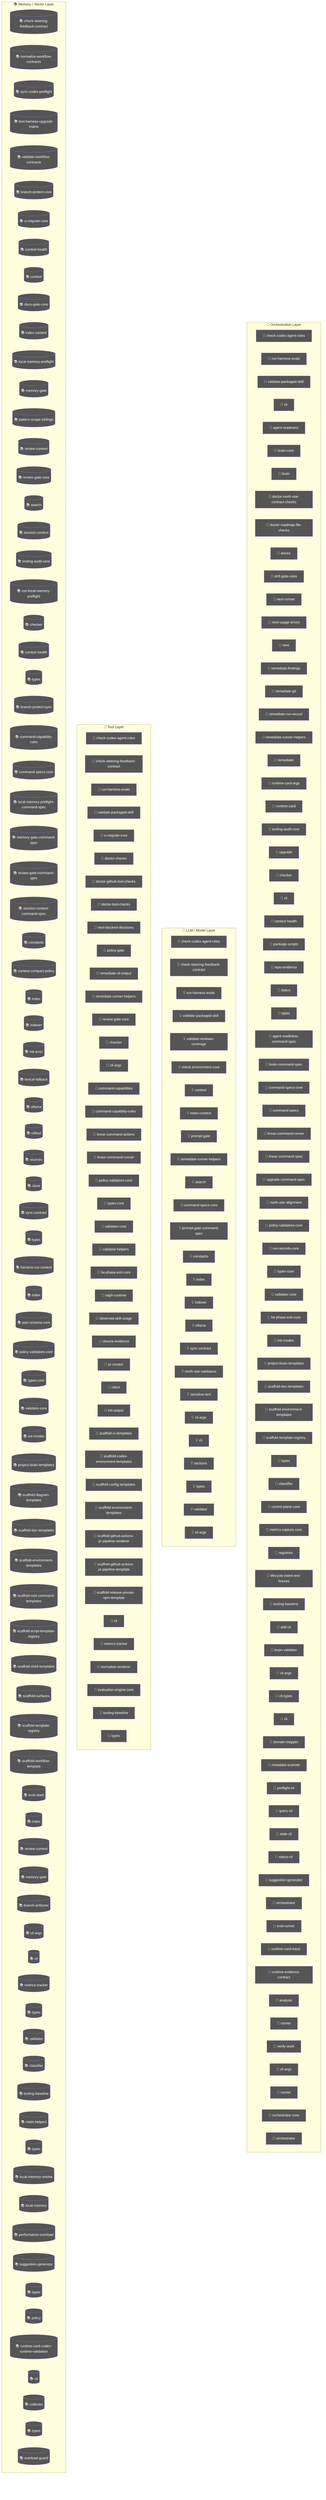
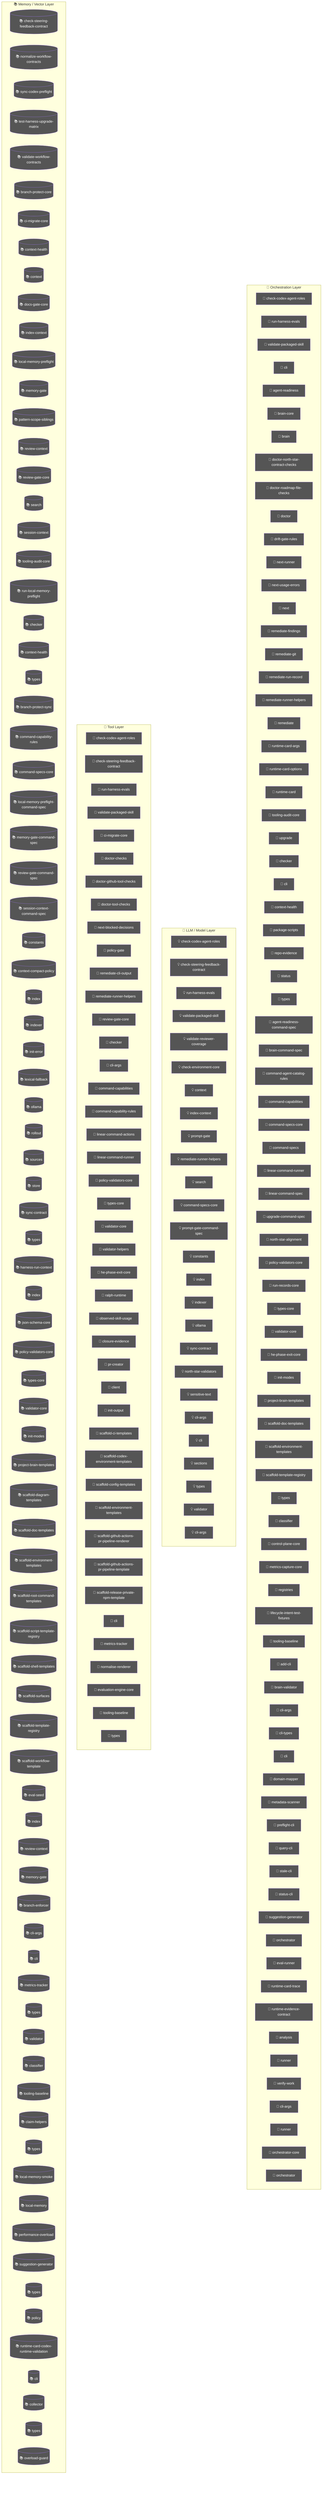
flowchart TD
  subgraph Orchestration["🎯 Orchestration Layer"]
    node_agent_mmd_orchestration_layer_orchestration_chec_7a9f0b64["🤖 check-codex-agent-roles"]
    node_agent_mmd_orchestration_layer_orchestration_run__18817957["🤖 run-harness-evals"]
    node_agent_mmd_orchestration_layer_orchestration_vali_c01b04be["🤖 validate-packaged-skill"]
    cli_99bb8840["🤖 cli"]
    agent_readiness_c82c68e6["🤖 agent-readiness"]
    brain_core_aa07c380["🤖 brain-core"]
    brain_bbbf7a64["🤖 brain"]
    doctor_north_star_contract_checks_0048124c["🤖 doctor-north-star-contract-checks"]
    doctor_roadmap_file_checks_14447b8e["🤖 doctor-roadmap-file-checks"]
    doctor_72f4be89["🤖 doctor"]
    drift_gate_rules_9685e72d["🤖 drift-gate-rules"]
    next_runner_41643472["🤖 next-runner"]
    next_usage_errors_837a345a["🤖 next-usage-errors"]
    next_c6c1c9a9["🤖 next"]
    remediate_findings_8b09c8c6["🤖 remediate-findings"]
    remediate_git_58c6f6f4["🤖 remediate-git"]
    remediate_run_record_9dfe5dc1["🤖 remediate-run-record"]
    node_agent_mmd_orchestration_layer_orchestration_reme_359fe98f["🤖 remediate-runner-helpers"]
    remediate_06b9c7fc["🤖 remediate"]
    runtime_card_args_2b3d4b28["🤖 runtime-card-args"]
+     runtime_card_options_c9156ad5["🤖 runtime-card-options"]
    runtime_card_e06b53e1["🤖 runtime-card"]
    node_agent_mmd_orchestration_layer_orchestration_tool_acfe0c01["🤖 tooling-audit-core"]
    upgrade_7fef9479["🤖 upgrade"]
    node_agent_mmd_orchestration_layer_orchestration_chec_0550c395["🤖 checker"]
    cli_1_084e05fe["🤖 cli"]
    node_agent_mmd_orchestration_layer_orchestration_cont_61b3b9c9["🤖 context-health"]
    package_scripts_3ee6150f["🤖 package-scripts"]
    repo_evidence_38bb1de5["🤖 repo-evidence"]
    status_073c1634["🤖 status"]
    node_agent_mmd_orchestration_layer_orchestration_type_4f906dcc["🤖 types"]
    agent_readiness_command_spec_a30c2c1e["🤖 agent-readiness-command-spec"]
    brain_command_spec_15b122d5["🤖 brain-command-spec"]
+     command_agent_catalog_rules_8e06b2af["🤖 command-agent-catalog-rules"]
+     node_agent_mmd_orchestration_layer_orchestration_comm_6e41a7f7["🤖 command-capabilities"]
    node_agent_mmd_orchestration_layer_orchestration_comm_1f8cc24c["🤖 command-specs-core"]
    command_specs_69167c63["🤖 command-specs"]
    node_agent_mmd_orchestration_layer_orchestration_line_b67affd5["🤖 linear-command-runner"]
    linear_command_spec_1e12dd44["🤖 linear-command-spec"]
    upgrade_command_spec_03f6c7bd["🤖 upgrade-command-spec"]
    north_star_alignment_00440188["🤖 north-star-alignment"]
    node_agent_mmd_orchestration_layer_orchestration_poli_3270b55d["🤖 policy-validators-core"]
    run_records_core_89286dfa["🤖 run-records-core"]
    node_agent_mmd_orchestration_layer_orchestration_type_7cf81261["🤖 types-core"]
    node_agent_mmd_orchestration_layer_orchestration_vali_d9fe99e6["🤖 validator-core"]
    node_agent_mmd_orchestration_layer_orchestration_he_p_fc778c24["🤖 he-phase-exit-core"]
    node_agent_mmd_orchestration_layer_orchestration_init_2a9c3ecb["🤖 init-modes"]
    node_agent_mmd_orchestration_layer_orchestration_proj_6ab6f60f["🤖 project-brain-templates"]
    node_agent_mmd_orchestration_layer_orchestration_scaf_12cc07db["🤖 scaffold-doc-templates"]
    node_agent_mmd_orchestration_layer_orchestration_scaf_c9a90c2f["🤖 scaffold-environment-templates"]
    node_agent_mmd_orchestration_layer_orchestration_scaf_ff8f92f6["🤖 scaffold-template-registry"]
    types_13_d025517b["🤖 types"]
    node_agent_mmd_orchestration_layer_orchestration_clas_899b821a["🤖 classifier"]
    control_plane_core_db3b4cb2["🤖 control-plane-core"]
    metrics_capture_core_db4bf7cf["🤖 metrics-capture-core"]
    registries_06402afa["🤖 registries"]
    lifecycle_intent_test_fixtures_a53c7ada["🤖 lifecycle-intent-test-fixtures"]
    node_agent_mmd_orchestration_layer_orchestration_tool_cc43149f["🤖 tooling-baseline"]
    add_cli_7614de25["🤖 add-cli"]
    brain_validator_be251832["🤖 brain-validator"]
    cli_args_8_d546936e["🤖 cli-args"]
    cli_types_1686e858["🤖 cli-types"]
    cli_9_b54c1407["🤖 cli"]
    domain_mapper_cd9333d2["🤖 domain-mapper"]
    metadata_scanner_6a101b66["🤖 metadata-scanner"]
    preflight_cli_5d148379["🤖 preflight-cli"]
    query_cli_b95be64d["🤖 query-cli"]
    stale_cli_64548720["🤖 stale-cli"]
    status_cli_4c24a0d6["🤖 status-cli"]
    node_agent_mmd_orchestration_layer_orchestration_sugg_85c5ebe3["🤖 suggestion-generator"]
    orchestrator_11376b7e["🤖 orchestrator"]
    eval_runner_0966a6b3["🤖 eval-runner"]
    runtime_card_trace_64a5ca95["🤖 runtime-card-trace"]
    runtime_evidence_contract_0f7b15b2["🤖 runtime-evidence-contract"]
    analysis_f44e85c4["🤖 analysis"]
    runner_527aa9f4["🤖 runner"]
    verify_work_1_cd8e7ec3["🤖 verify-work"]
    cli_args_14_3481043e["🤖 cli-args"]
    runner_1_6f281bf8["🤖 runner"]
    orchestrator_core_d0678b53["🤖 orchestrator-core"]
    orchestrator_1_6b7137c5["🤖 orchestrator"]
  end
  subgraph LLMLayer["🧠 LLM / Model Layer"]
    node_agent_mmd_llm_model_layer_llmlayer_check_codex_a_29e7b7fa["💡 check-codex-agent-roles"]
    node_agent_mmd_llm_model_layer_llmlayer_check_steerin_a7dbbd2f["💡 check-steering-feedback-contract"]
    node_agent_mmd_llm_model_layer_llmlayer_run_harness_e_603fcfdc["💡 run-harness-evals"]
    node_agent_mmd_llm_model_layer_llmlayer_validate_pack_2a12e1f4["💡 validate-packaged-skill"]
    validate_reviewer_coverage_251efee3["💡 validate-reviewer-coverage"]
    check_environment_core_2c16213f["💡 check-environment-core"]
    node_agent_mmd_llm_model_layer_llmlayer_context_conte_ad2dfbd9["💡 context"]
    node_agent_mmd_llm_model_layer_llmlayer_index_context_1041bd11["💡 index-context"]
    prompt_gate_c5e9d207["💡 prompt-gate"]
    node_agent_mmd_llm_model_layer_llmlayer_remediate_run_9e3d4585["💡 remediate-runner-helpers"]
    node_agent_mmd_llm_model_layer_llmlayer_search_search_66b9a911["💡 search"]
    node_agent_mmd_llm_model_layer_llmlayer_command_specs_782af9fa["💡 command-specs-core"]
    prompt_gate_command_spec_9a941482["💡 prompt-gate-command-spec"]
    node_agent_mmd_llm_model_layer_llmlayer_constants_con_c9bd3f6c["💡 constants"]
    node_agent_mmd_llm_model_layer_llmlayer_index_index_1_02e160ff["💡 index"]
    node_agent_mmd_llm_model_layer_llmlayer_indexer_index_4f4deef5["💡 indexer"]
    node_agent_mmd_llm_model_layer_llmlayer_ollama_ollama_968b23fa["💡 ollama"]
    node_agent_mmd_llm_model_layer_llmlayer_sync_contract_9f3cc8c1["💡 sync-contract"]
    north_star_validators_cfc926ce["💡 north-star-validators"]
    sensitive_text_7c11f760["💡 sensitive-text"]
    cli_args_9_9c136878["💡 cli-args"]
    cli_10_35dc8cbd["💡 cli"]
    sections_4697ef32["💡 sections"]
    types_23_4352ee2e["💡 types"]
    validator_6_3688adbf["💡 validator"]
    cli_args_10_861cdd3f["💡 cli-args"]
  end
  subgraph ToolLayer["🔧 Tool Layer"]
    node_agent_mmd_tool_layer_toollayer_check_codex_agent_4b361d5a["🔧 check-codex-agent-roles"]
    node_agent_mmd_tool_layer_toollayer_check_steering_fe_84ed22c2["🔧 check-steering-feedback-contract"]
    node_agent_mmd_tool_layer_toollayer_run_harness_evals_e2ee24f1["🔧 run-harness-evals"]
    node_agent_mmd_tool_layer_toollayer_validate_packaged_2855c827["🔧 validate-packaged-skill"]
    node_agent_mmd_tool_layer_toollayer_ci_migrate_core_c_049f8460["🔧 ci-migrate-core"]
    doctor_checks_5a2eb2b9["🔧 doctor-checks"]
    doctor_github_tool_checks_a53b0382["🔧 doctor-github-tool-checks"]
    doctor_tool_checks_4acac51a["🔧 doctor-tool-checks"]
    next_blocked_decisions_4140ad2b["🔧 next-blocked-decisions"]
    policy_gate_213f7313["🔧 policy-gate"]
    remediate_cli_output_cc165396["🔧 remediate-cli-output"]
    node_agent_mmd_tool_layer_toollayer_remediate_runner__c003b871["🔧 remediate-runner-helpers"]
    node_agent_mmd_tool_layer_toollayer_review_gate_core__7704598b["🔧 review-gate-core"]
    node_agent_mmd_tool_layer_toollayer_checker_checker_2_453d593b["🔧 checker"]
    cli_args_1_6144b055["🔧 cli-args"]
-     command_capabilities_a4d5c71e["🔧 command-capabilities"]
+     node_agent_mmd_tool_layer_toollayer_command_capabilit_7fe13db1["🔧 command-capabilities"]
    node_agent_mmd_tool_layer_toollayer_command_capabilit_e97a4615["🔧 command-capability-rules"]
    linear_command_actions_e430f4f4["🔧 linear-command-actions"]
    node_agent_mmd_tool_layer_toollayer_linear_command_ru_d6763748["🔧 linear-command-runner"]
    node_agent_mmd_tool_layer_toollayer_policy_validators_af136abf["🔧 policy-validators-core"]
    node_agent_mmd_tool_layer_toollayer_types_core_types__6c8319b6["🔧 types-core"]
    node_agent_mmd_tool_layer_toollayer_validator_core_va_6ef6131f["🔧 validator-core"]
    validator_helpers_7b927667["🔧 validator-helpers"]
    node_agent_mmd_tool_layer_toollayer_he_phase_exit_cor_af016160["🔧 he-phase-exit-core"]
    ralph_runtime_73d63c0e["🔧 ralph-runtime"]
    observed_skill_usage_ed7d5930["🔧 observed-skill-usage"]
    closure_evidence_aaa31467["🔧 closure-evidence"]
    pr_creator_dc6b1ea4["🔧 pr-creator"]
    client_948fe603["🔧 client"]
    init_output_360dce91["🔧 init-output"]
    scaffold_ci_templates_2afd6392["🔧 scaffold-ci-templates"]
    scaffold_codex_environment_templates_334fbbed["🔧 scaffold-codex-environment-templates"]
    scaffold_config_templates_4b80ce53["🔧 scaffold-config-templates"]
    node_agent_mmd_tool_layer_toollayer_scaffold_environm_c1afc013["🔧 scaffold-environment-templates"]
    scaffold_github_actions_pr_pipeline_renderer_1ee18de5["🔧 scaffold-github-actions-pr-pipeline-renderer"]
    scaffold_github_actions_pr_pipeline_template_e2b85f62["🔧 scaffold-github-actions-pr-pipeline-template"]
    scaffold_release_private_npm_template_075499f8["🔧 scaffold-release-private-npm-template"]
    node_agent_mmd_tool_layer_toollayer_cli_cli_2_1_32d9eeaf["🔧 cli"]
    node_agent_mmd_tool_layer_toollayer_metrics_tracker_m_4c9237d8["🔧 metrics-tracker"]
    normalise_renderer_85f2e563["🔧 normalise-renderer"]
    evaluation_engine_core_e054fe49["🔧 evaluation-engine-core"]
    node_agent_mmd_tool_layer_toollayer_tooling_baseline__61e66e9f["🔧 tooling-baseline"]
    types_32_bfe791ff["🔧 types"]
  end
  subgraph MemoryLayer["📚 Memory / Vector Layer"]
    node_agent_mmd_memory_vector_layer_memorylayer_check__d71f8993[("📚 check-steering-feedback-contract")]
    normalize_workflow_contracts_8701f1c8[("📚 normalize-workflow-contracts")]
    sync_codex_preflight_7e7a8dc2[("📚 sync-codex-preflight")]
    test_harness_upgrade_matrix_84113c4e[("📚 test-harness-upgrade-matrix")]
    validate_workflow_contracts_33dc063c[("📚 validate-workflow-contracts")]
    branch_protect_core_a8feb0fd[("📚 branch-protect-core")]
    node_agent_mmd_memory_vector_layer_memorylayer_ci_mig_0cd5b1a4[("📚 ci-migrate-core")]
    context_health_80bb7da9[("📚 context-health")]
    node_agent_mmd_memory_vector_layer_memorylayer_contex_78ceaaa9[("📚 context")]
    docs_gate_core_eb9b6c18[("📚 docs-gate-core")]
    node_agent_mmd_memory_vector_layer_memorylayer_index__6f3402d0[("📚 index-context")]
    local_memory_preflight_dcc36c42[("📚 local-memory-preflight")]
    memory_gate_a577a506[("📚 memory-gate")]
    pattern_scope_siblings_43abe000[("📚 pattern-scope-siblings")]
    review_context_ca6cf81d[("📚 review-context")]
    node_agent_mmd_memory_vector_layer_memorylayer_review_5bee9816[("📚 review-gate-core")]
    node_agent_mmd_memory_vector_layer_memorylayer_search_ac35cb7e[("📚 search")]
    session_context_e5ec72c0[("📚 session-context")]
    node_agent_mmd_memory_vector_layer_memorylayer_toolin_a1185b8f[("📚 tooling-audit-core")]
    run_local_memory_preflight_36e92808[("📚 run-local-memory-preflight")]
    node_agent_mmd_memory_vector_layer_memorylayer_checke_a583eb4f[("📚 checker")]
    node_agent_mmd_memory_vector_layer_memorylayer_contex_fe0865d6[("📚 context-health")]
    node_agent_mmd_memory_vector_layer_memorylayer_types__9ad640a0[("📚 types")]
    branch_protect_sync_570adb18[("📚 branch-protect-sync")]
    node_agent_mmd_memory_vector_layer_memorylayer_comman_c72a5d05[("📚 command-capability-rules")]
    node_agent_mmd_memory_vector_layer_memorylayer_comman_111eb454[("📚 command-specs-core")]
    local_memory_preflight_command_spec_9e23f3ce[("📚 local-memory-preflight-command-spec")]
    memory_gate_command_spec_dc9001a9[("📚 memory-gate-command-spec")]
    review_gate_command_spec_3187376a[("📚 review-gate-command-spec")]
    session_context_command_spec_973afbb1[("📚 session-context-command-spec")]
    node_agent_mmd_memory_vector_layer_memorylayer_consta_702d3f46[("📚 constants")]
    context_compact_policy_3dcaf95d[("📚 context-compact-policy")]
    node_agent_mmd_memory_vector_layer_memorylayer_index__752bc61e[("📚 index")]
    node_agent_mmd_memory_vector_layer_memorylayer_indexe_93e6d86f[("📚 indexer")]
    init_error_5c7dd49f[("📚 init-error")]
    lexical_fallback_723e2b3e[("📚 lexical-fallback")]
    node_agent_mmd_memory_vector_layer_memorylayer_ollama_6d51be16[("📚 ollama")]
    rollout_a4fa034c[("📚 rollout")]
    sources_878a52fc[("📚 sources")]
    store_824d80d7[("📚 store")]
    node_agent_mmd_memory_vector_layer_memorylayer_sync_c_e43418bc[("📚 sync-contract")]
    types_5_f869ec4b[("📚 types")]
    harness_run_context_ac7c77a9[("📚 harness-run-context")]
    index_1_faebc14e[("📚 index")]
    json_schema_core_96d7e328[("📚 json-schema-core")]
    node_agent_mmd_memory_vector_layer_memorylayer_policy_1944de42[("📚 policy-validators-core")]
    node_agent_mmd_memory_vector_layer_memorylayer_types__83f369fa[("📚 types-core")]
    node_agent_mmd_memory_vector_layer_memorylayer_valida_41034356[("📚 validator-core")]
    node_agent_mmd_memory_vector_layer_memorylayer_init_m_333d02c5[("📚 init-modes")]
    node_agent_mmd_memory_vector_layer_memorylayer_projec_3ae304d9[("📚 project-brain-templates")]
    scaffold_diagram_templates_dd88e83c[("📚 scaffold-diagram-templates")]
    node_agent_mmd_memory_vector_layer_memorylayer_scaffo_5fd73b94[("📚 scaffold-doc-templates")]
    node_agent_mmd_memory_vector_layer_memorylayer_scaffo_12b42341[("📚 scaffold-environment-templates")]
    scaffold_root_command_templates_404fed7f[("📚 scaffold-root-command-templates")]
    scaffold_script_template_registry_69312d4e[("📚 scaffold-script-template-registry")]
    scaffold_shell_templates_0ad0f915[("📚 scaffold-shell-templates")]
    scaffold_surfaces_12d6494e[("📚 scaffold-surfaces")]
    node_agent_mmd_memory_vector_layer_memorylayer_scaffo_a86eece1[("📚 scaffold-template-registry")]
    scaffold_workflow_template_92310587[("📚 scaffold-workflow-template")]
    eval_seed_5699fd3e[("📚 eval-seed")]
    index_6_fc9e91e2[("📚 index")]
    review_context_1_e3afed15[("📚 review-context")]
    memory_gate_1_265164ac[("📚 memory-gate")]
    branch_enforcer_acb749cd[("📚 branch-enforcer")]
    cli_args_5_09ea29f0[("📚 cli-args")]
    node_agent_mmd_memory_vector_layer_memorylayer_cli_cl_1f1f89ab[("📚 cli")]
    node_agent_mmd_memory_vector_layer_memorylayer_metric_12562178[("📚 metrics-tracker")]
    types_15_86775c96[("📚 types")]
    validator_4_5180cf23[("📚 validator")]
    node_agent_mmd_memory_vector_layer_memorylayer_classi_1ebbf5ff[("📚 classifier")]
    node_agent_mmd_memory_vector_layer_memorylayer_toolin_14f86b00[("📚 tooling-baseline")]
    claim_helpers_20dc8387[("📚 claim-helpers")]
    types_20_071a0112[("📚 types")]
    local_memory_smoke_1175abfc[("📚 local-memory-smoke")]
    local_memory_0db17ecc[("📚 local-memory")]
    performance_overload_c685bfcf[("📚 performance-overload")]
    node_agent_mmd_memory_vector_layer_memorylayer_sugges_267f408d[("📚 suggestion-generator")]
    types_27_4d134744[("📚 types")]
    policy_1_fc4198db[("📚 policy")]
    runtime_card_codex_runtime_validation_d8ce9934[("📚 runtime-card-codex-runtime-validation")]
    cli_11_338a8415[("📚 cli")]
    collector_0736fd5b[("📚 collector")]
    types_30_424b976c[("📚 types")]
    overload_guard_2748c559[("📚 overload-guard")]
  end
  classDef agentNode fill:#555,color:#fff
-   class node_agent_mmd_orchestration_layer_orchestration_chec_7a9f0b64,node_agent_mmd_llm_model_layer_llmlayer_check_codex_a_29e7b7fa,node_agent_mmd_tool_layer_toollayer_check_codex_agent_4b361d5a,node_agent_mmd_orchestration_layer_orchestration_run__18817957,node_agent_mmd_llm_model_layer_llmlayer_run_harness_e_603fcfdc,node_agent_mmd_tool_layer_toollayer_run_harness_evals_e2ee24f1,node_agent_mmd_orchestration_layer_orchestration_vali_c01b04be,node_agent_mmd_llm_model_layer_llmlayer_validate_pack_2a12e1f4,node_agent_mmd_tool_layer_toollayer_validate_packaged_2855c827,cli_99bb8840,agent_readiness_c82c68e6,brain_core_aa07c380,brain_bbbf7a64,doctor_north_star_contract_checks_0048124c,doctor_roadmap_file_checks_14447b8e,doctor_72f4be89,drift_gate_rules_9685e72d,next_runner_41643472,next_usage_errors_837a345a,next_c6c1c9a9,remediate_findings_8b09c8c6,remediate_git_58c6f6f4,remediate_run_record_9dfe5dc1,node_agent_mmd_orchestration_layer_orchestration_reme_359fe98f,node_agent_mmd_llm_model_layer_llmlayer_remediate_run_9e3d4585,node_agent_mmd_tool_layer_toollayer_remediate_runner__c003b871,remediate_06b9c7fc,runtime_card_args_2b3d4b28,runtime_card_e06b53e1,node_agent_mmd_orchestration_layer_orchestration_tool_acfe0c01,node_agent_mmd_memory_vector_layer_memorylayer_toolin_a1185b8f,upgrade_7fef9479,node_agent_mmd_orchestration_layer_orchestration_chec_0550c395,node_agent_mmd_tool_layer_toollayer_checker_checker_2_453d593b,node_agent_mmd_memory_vector_layer_memorylayer_checke_a583eb4f,cli_1_084e05fe,node_agent_mmd_orchestration_layer_orchestration_cont_61b3b9c9,node_agent_mmd_memory_vector_layer_memorylayer_contex_fe0865d6,package_scripts_3ee6150f,repo_evidence_38bb1de5,status_073c1634,node_agent_mmd_orchestration_layer_orchestration_type_4f906dcc,node_agent_mmd_memory_vector_layer_memorylayer_types__9ad640a0,agent_readiness_command_spec_a30c2c1e,brain_command_spec_15b122d5,node_agent_mmd_orchestration_layer_orchestration_comm_1f8cc24c,node_agent_mmd_llm_model_layer_llmlayer_command_specs_782af9fa,node_agent_mmd_memory_vector_layer_memorylayer_comman_111eb454,command_specs_69167c63,node_agent_mmd_orchestration_layer_orchestration_line_b67affd5,node_agent_mmd_tool_layer_toollayer_linear_command_ru_d6763748,linear_command_spec_1e12dd44,upgrade_command_spec_03f6c7bd,north_star_alignment_00440188,node_agent_mmd_orchestration_layer_orchestration_poli_3270b55d,node_agent_mmd_tool_layer_toollayer_policy_validators_af136abf,node_agent_mmd_memory_vector_layer_memorylayer_policy_1944de42,run_records_core_89286dfa,node_agent_mmd_orchestration_layer_orchestration_type_7cf81261,node_agent_mmd_tool_layer_toollayer_types_core_types__6c8319b6,node_agent_mmd_memory_vector_layer_memorylayer_types__83f369fa,node_agent_mmd_orchestration_layer_orchestration_vali_d9fe99e6,node_agent_mmd_tool_layer_toollayer_validator_core_va_6ef6131f,node_agent_mmd_memory_vector_layer_memorylayer_valida_41034356,node_agent_mmd_orchestration_layer_orchestration_he_p_fc778c24,node_agent_mmd_tool_layer_toollayer_he_phase_exit_cor_af016160,node_agent_mmd_orchestration_layer_orchestration_init_2a9c3ecb,node_agent_mmd_memory_vector_layer_memorylayer_init_m_333d02c5,node_agent_mmd_orchestration_layer_orchestration_proj_6ab6f60f,node_agent_mmd_memory_vector_layer_memorylayer_projec_3ae304d9,node_agent_mmd_orchestration_layer_orchestration_scaf_12cc07db,node_agent_mmd_memory_vector_layer_memorylayer_scaffo_5fd73b94,node_agent_mmd_orchestration_layer_orchestration_scaf_c9a90c2f,node_agent_mmd_tool_layer_toollayer_scaffold_environm_c1afc013,node_agent_mmd_memory_vector_layer_memorylayer_scaffo_12b42341,node_agent_mmd_orchestration_layer_orchestration_scaf_ff8f92f6,node_agent_mmd_memory_vector_layer_memorylayer_scaffo_a86eece1,types_13_d025517b,node_agent_mmd_orchestration_layer_orchestration_clas_899b821a,node_agent_mmd_memory_vector_layer_memorylayer_classi_1ebbf5ff,control_plane_core_db3b4cb2,metrics_capture_core_db4bf7cf,registries_06402afa,lifecycle_intent_test_fixtures_a53c7ada,node_agent_mmd_orchestration_layer_orchestration_tool_cc43149f,node_agent_mmd_tool_layer_toollayer_tooling_baseline__61e66e9f,node_agent_mmd_memory_vector_layer_memorylayer_toolin_14f86b00,add_cli_7614de25,brain_validator_be251832,cli_args_8_d546936e,cli_types_1686e858,cli_9_b54c1407,domain_mapper_cd9333d2,metadata_scanner_6a101b66,preflight_cli_5d148379,query_cli_b95be64d,stale_cli_64548720,status_cli_4c24a0d6,node_agent_mmd_orchestration_layer_orchestration_sugg_85c5ebe3,node_agent_mmd_memory_vector_layer_memorylayer_sugges_267f408d,orchestrator_11376b7e,eval_runner_0966a6b3,runtime_card_trace_64a5ca95,runtime_evidence_contract_0f7b15b2,analysis_f44e85c4,runner_527aa9f4,verify_work_1_cd8e7ec3,cli_args_14_3481043e,runner_1_6f281bf8,orchestrator_core_d0678b53,orchestrator_1_6b7137c5 agentNode
+   class node_agent_mmd_orchestration_layer_orchestration_chec_7a9f0b64,node_agent_mmd_llm_model_layer_llmlayer_check_codex_a_29e7b7fa,node_agent_mmd_tool_layer_toollayer_check_codex_agent_4b361d5a,node_agent_mmd_orchestration_layer_orchestration_run__18817957,node_agent_mmd_llm_model_layer_llmlayer_run_harness_e_603fcfdc,node_agent_mmd_tool_layer_toollayer_run_harness_evals_e2ee24f1,node_agent_mmd_orchestration_layer_orchestration_vali_c01b04be,node_agent_mmd_llm_model_layer_llmlayer_validate_pack_2a12e1f4,node_agent_mmd_tool_layer_toollayer_validate_packaged_2855c827,cli_99bb8840,agent_readiness_c82c68e6,brain_core_aa07c380,brain_bbbf7a64,doctor_north_star_contract_checks_0048124c,doctor_roadmap_file_checks_14447b8e,doctor_72f4be89,drift_gate_rules_9685e72d,next_runner_41643472,next_usage_errors_837a345a,next_c6c1c9a9,remediate_findings_8b09c8c6,remediate_git_58c6f6f4,remediate_run_record_9dfe5dc1,node_agent_mmd_orchestration_layer_orchestration_reme_359fe98f,node_agent_mmd_llm_model_layer_llmlayer_remediate_run_9e3d4585,node_agent_mmd_tool_layer_toollayer_remediate_runner__c003b871,remediate_06b9c7fc,runtime_card_args_2b3d4b28,runtime_card_options_c9156ad5,runtime_card_e06b53e1,node_agent_mmd_orchestration_layer_orchestration_tool_acfe0c01,node_agent_mmd_memory_vector_layer_memorylayer_toolin_a1185b8f,upgrade_7fef9479,node_agent_mmd_orchestration_layer_orchestration_chec_0550c395,node_agent_mmd_tool_layer_toollayer_checker_checker_2_453d593b,node_agent_mmd_memory_vector_layer_memorylayer_checke_a583eb4f,cli_1_084e05fe,node_agent_mmd_orchestration_layer_orchestration_cont_61b3b9c9,node_agent_mmd_memory_vector_layer_memorylayer_contex_fe0865d6,package_scripts_3ee6150f,repo_evidence_38bb1de5,status_073c1634,node_agent_mmd_orchestration_layer_orchestration_type_4f906dcc,node_agent_mmd_memory_vector_layer_memorylayer_types__9ad640a0,agent_readiness_command_spec_a30c2c1e,brain_command_spec_15b122d5,command_agent_catalog_rules_8e06b2af,node_agent_mmd_orchestration_layer_orchestration_comm_6e41a7f7,node_agent_mmd_tool_layer_toollayer_command_capabilit_7fe13db1,node_agent_mmd_orchestration_layer_orchestration_comm_1f8cc24c,node_agent_mmd_llm_model_layer_llmlayer_command_specs_782af9fa,node_agent_mmd_memory_vector_layer_memorylayer_comman_111eb454,command_specs_69167c63,node_agent_mmd_orchestration_layer_orchestration_line_b67affd5,node_agent_mmd_tool_layer_toollayer_linear_command_ru_d6763748,linear_command_spec_1e12dd44,upgrade_command_spec_03f6c7bd,north_star_alignment_00440188,node_agent_mmd_orchestration_layer_orchestration_poli_3270b55d,node_agent_mmd_tool_layer_toollayer_policy_validators_af136abf,node_agent_mmd_memory_vector_layer_memorylayer_policy_1944de42,run_records_core_89286dfa,node_agent_mmd_orchestration_layer_orchestration_type_7cf81261,node_agent_mmd_tool_layer_toollayer_types_core_types__6c8319b6,node_agent_mmd_memory_vector_layer_memorylayer_types__83f369fa,node_agent_mmd_orchestration_layer_orchestration_vali_d9fe99e6,node_agent_mmd_tool_layer_toollayer_validator_core_va_6ef6131f,node_agent_mmd_memory_vector_layer_memorylayer_valida_41034356,node_agent_mmd_orchestration_layer_orchestration_he_p_fc778c24,node_agent_mmd_tool_layer_toollayer_he_phase_exit_cor_af016160,node_agent_mmd_orchestration_layer_orchestration_init_2a9c3ecb,node_agent_mmd_memory_vector_layer_memorylayer_init_m_333d02c5,node_agent_mmd_orchestration_layer_orchestration_proj_6ab6f60f,node_agent_mmd_memory_vector_layer_memorylayer_projec_3ae304d9,node_agent_mmd_orchestration_layer_orchestration_scaf_12cc07db,node_agent_mmd_memory_vector_layer_memorylayer_scaffo_5fd73b94,node_agent_mmd_orchestration_layer_orchestration_scaf_c9a90c2f,node_agent_mmd_tool_layer_toollayer_scaffold_environm_c1afc013,node_agent_mmd_memory_vector_layer_memorylayer_scaffo_12b42341,node_agent_mmd_orchestration_layer_orchestration_scaf_ff8f92f6,node_agent_mmd_memory_vector_layer_memorylayer_scaffo_a86eece1,types_13_d025517b,node_agent_mmd_orchestration_layer_orchestration_clas_899b821a,node_agent_mmd_memory_vector_layer_memorylayer_classi_1ebbf5ff,control_plane_core_db3b4cb2,metrics_capture_core_db4bf7cf,registries_06402afa,lifecycle_intent_test_fixtures_a53c7ada,node_agent_mmd_orchestration_layer_orchestration_tool_cc43149f,node_agent_mmd_tool_layer_toollayer_tooling_baseline__61e66e9f,node_agent_mmd_memory_vector_layer_memorylayer_toolin_14f86b00,add_cli_7614de25,brain_validator_be251832,cli_args_8_d546936e,cli_types_1686e858,cli_9_b54c1407,domain_mapper_cd9333d2,metadata_scanner_6a101b66,preflight_cli_5d148379,query_cli_b95be64d,stale_cli_64548720,status_cli_4c24a0d6,node_agent_mmd_orchestration_layer_orchestration_sugg_85c5ebe3,node_agent_mmd_memory_vector_layer_memorylayer_sugges_267f408d,orchestrator_11376b7e,eval_runner_0966a6b3,runtime_card_trace_64a5ca95,runtime_evidence_contract_0f7b15b2,analysis_f44e85c4,runner_527aa9f4,verify_work_1_cd8e7ec3,cli_args_14_3481043e,runner_1_6f281bf8,orchestrator_core_d0678b53,orchestrator_1_6b7137c5 agentNode
  classDef llmNode fill:#555,color:#fff
  class node_agent_mmd_orchestration_layer_orchestration_chec_7a9f0b64,node_agent_mmd_llm_model_layer_llmlayer_check_codex_a_29e7b7fa,node_agent_mmd_tool_layer_toollayer_check_codex_agent_4b361d5a,node_agent_mmd_llm_model_layer_llmlayer_check_steerin_a7dbbd2f,node_agent_mmd_tool_layer_toollayer_check_steering_fe_84ed22c2,node_agent_mmd_memory_vector_layer_memorylayer_check__d71f8993,node_agent_mmd_orchestration_layer_orchestration_run__18817957,node_agent_mmd_llm_model_layer_llmlayer_run_harness_e_603fcfdc,node_agent_mmd_tool_layer_toollayer_run_harness_evals_e2ee24f1,node_agent_mmd_orchestration_layer_orchestration_vali_c01b04be,node_agent_mmd_llm_model_layer_llmlayer_validate_pack_2a12e1f4,node_agent_mmd_tool_layer_toollayer_validate_packaged_2855c827,validate_reviewer_coverage_251efee3,check_environment_core_2c16213f,node_agent_mmd_llm_model_layer_llmlayer_context_conte_ad2dfbd9,node_agent_mmd_memory_vector_layer_memorylayer_contex_78ceaaa9,node_agent_mmd_llm_model_layer_llmlayer_index_context_1041bd11,node_agent_mmd_memory_vector_layer_memorylayer_index__6f3402d0,prompt_gate_c5e9d207,node_agent_mmd_orchestration_layer_orchestration_reme_359fe98f,node_agent_mmd_llm_model_layer_llmlayer_remediate_run_9e3d4585,node_agent_mmd_tool_layer_toollayer_remediate_runner__c003b871,node_agent_mmd_llm_model_layer_llmlayer_search_search_66b9a911,node_agent_mmd_memory_vector_layer_memorylayer_search_ac35cb7e,node_agent_mmd_orchestration_layer_orchestration_comm_1f8cc24c,node_agent_mmd_llm_model_layer_llmlayer_command_specs_782af9fa,node_agent_mmd_memory_vector_layer_memorylayer_comman_111eb454,prompt_gate_command_spec_9a941482,node_agent_mmd_llm_model_layer_llmlayer_constants_con_c9bd3f6c,node_agent_mmd_memory_vector_layer_memorylayer_consta_702d3f46,node_agent_mmd_llm_model_layer_llmlayer_index_index_1_02e160ff,node_agent_mmd_memory_vector_layer_memorylayer_index__752bc61e,node_agent_mmd_llm_model_layer_llmlayer_indexer_index_4f4deef5,node_agent_mmd_memory_vector_layer_memorylayer_indexe_93e6d86f,node_agent_mmd_llm_model_layer_llmlayer_ollama_ollama_968b23fa,node_agent_mmd_memory_vector_layer_memorylayer_ollama_6d51be16,node_agent_mmd_llm_model_layer_llmlayer_sync_contract_9f3cc8c1,node_agent_mmd_memory_vector_layer_memorylayer_sync_c_e43418bc,north_star_validators_cfc926ce,sensitive_text_7c11f760,cli_args_9_9c136878,cli_10_35dc8cbd,sections_4697ef32,types_23_4352ee2e,validator_6_3688adbf,cli_args_10_861cdd3f llmNode
  classDef toolNode fill:#555,color:#fff
-   class node_agent_mmd_orchestration_layer_orchestration_chec_7a9f0b64,node_agent_mmd_llm_model_layer_llmlayer_check_codex_a_29e7b7fa,node_agent_mmd_tool_layer_toollayer_check_codex_agent_4b361d5a,node_agent_mmd_llm_model_layer_llmlayer_check_steerin_a7dbbd2f,node_agent_mmd_tool_layer_toollayer_check_steering_fe_84ed22c2,node_agent_mmd_memory_vector_layer_memorylayer_check__d71f8993,node_agent_mmd_orchestration_layer_orchestration_run__18817957,node_agent_mmd_llm_model_layer_llmlayer_run_harness_e_603fcfdc,node_agent_mmd_tool_layer_toollayer_run_harness_evals_e2ee24f1,node_agent_mmd_orchestration_layer_orchestration_vali_c01b04be,node_agent_mmd_llm_model_layer_llmlayer_validate_pack_2a12e1f4,node_agent_mmd_tool_layer_toollayer_validate_packaged_2855c827,node_agent_mmd_tool_layer_toollayer_ci_migrate_core_c_049f8460,node_agent_mmd_memory_vector_layer_memorylayer_ci_mig_0cd5b1a4,doctor_checks_5a2eb2b9,doctor_github_tool_checks_a53b0382,doctor_tool_checks_4acac51a,next_blocked_decisions_4140ad2b,policy_gate_213f7313,remediate_cli_output_cc165396,node_agent_mmd_orchestration_layer_orchestration_reme_359fe98f,node_agent_mmd_llm_model_layer_llmlayer_remediate_run_9e3d4585,node_agent_mmd_tool_layer_toollayer_remediate_runner__c003b871,node_agent_mmd_tool_layer_toollayer_review_gate_core__7704598b,node_agent_mmd_memory_vector_layer_memorylayer_review_5bee9816,node_agent_mmd_orchestration_layer_orchestration_chec_0550c395,node_agent_mmd_tool_layer_toollayer_checker_checker_2_453d593b,node_agent_mmd_memory_vector_layer_memorylayer_checke_a583eb4f,cli_args_1_6144b055,command_capabilities_a4d5c71e,node_agent_mmd_tool_layer_toollayer_command_capabilit_e97a4615,node_agent_mmd_memory_vector_layer_memorylayer_comman_c72a5d05,linear_command_actions_e430f4f4,node_agent_mmd_orchestration_layer_orchestration_line_b67affd5,node_agent_mmd_tool_layer_toollayer_linear_command_ru_d6763748,node_agent_mmd_orchestration_layer_orchestration_poli_3270b55d,node_agent_mmd_tool_layer_toollayer_policy_validators_af136abf,node_agent_mmd_memory_vector_layer_memorylayer_policy_1944de42,node_agent_mmd_orchestration_layer_orchestration_type_7cf81261,node_agent_mmd_tool_layer_toollayer_types_core_types__6c8319b6,node_agent_mmd_memory_vector_layer_memorylayer_types__83f369fa,node_agent_mmd_orchestration_layer_orchestration_vali_d9fe99e6,node_agent_mmd_tool_layer_toollayer_validator_core_va_6ef6131f,node_agent_mmd_memory_vector_layer_memorylayer_valida_41034356,validator_helpers_7b927667,node_agent_mmd_orchestration_layer_orchestration_he_p_fc778c24,node_agent_mmd_tool_layer_toollayer_he_phase_exit_cor_af016160,ralph_runtime_73d63c0e,observed_skill_usage_ed7d5930,closure_evidence_aaa31467,pr_creator_dc6b1ea4,client_948fe603,init_output_360dce91,scaffold_ci_templates_2afd6392,scaffold_codex_environment_templates_334fbbed,scaffold_config_templates_4b80ce53,node_agent_mmd_orchestration_layer_orchestration_scaf_c9a90c2f,node_agent_mmd_tool_layer_toollayer_scaffold_environm_c1afc013,node_agent_mmd_memory_vector_layer_memorylayer_scaffo_12b42341,scaffold_github_actions_pr_pipeline_renderer_1ee18de5,scaffold_github_actions_pr_pipeline_template_e2b85f62,scaffold_release_private_npm_template_075499f8,node_agent_mmd_tool_layer_toollayer_cli_cli_2_1_32d9eeaf,node_agent_mmd_memory_vector_layer_memorylayer_cli_cl_1f1f89ab,node_agent_mmd_tool_layer_toollayer_metrics_tracker_m_4c9237d8,node_agent_mmd_memory_vector_layer_memorylayer_metric_12562178,normalise_renderer_85f2e563,evaluation_engine_core_e054fe49,node_agent_mmd_orchestration_layer_orchestration_tool_cc43149f,node_agent_mmd_tool_layer_toollayer_tooling_baseline__61e66e9f,node_agent_mmd_memory_vector_layer_memorylayer_toolin_14f86b00,types_32_bfe791ff toolNode
+   class node_agent_mmd_orchestration_layer_orchestration_chec_7a9f0b64,node_agent_mmd_llm_model_layer_llmlayer_check_codex_a_29e7b7fa,node_agent_mmd_tool_layer_toollayer_check_codex_agent_4b361d5a,node_agent_mmd_llm_model_layer_llmlayer_check_steerin_a7dbbd2f,node_agent_mmd_tool_layer_toollayer_check_steering_fe_84ed22c2,node_agent_mmd_memory_vector_layer_memorylayer_check__d71f8993,node_agent_mmd_orchestration_layer_orchestration_run__18817957,node_agent_mmd_llm_model_layer_llmlayer_run_harness_e_603fcfdc,node_agent_mmd_tool_layer_toollayer_run_harness_evals_e2ee24f1,node_agent_mmd_orchestration_layer_orchestration_vali_c01b04be,node_agent_mmd_llm_model_layer_llmlayer_validate_pack_2a12e1f4,node_agent_mmd_tool_layer_toollayer_validate_packaged_2855c827,node_agent_mmd_tool_layer_toollayer_ci_migrate_core_c_049f8460,node_agent_mmd_memory_vector_layer_memorylayer_ci_mig_0cd5b1a4,doctor_checks_5a2eb2b9,doctor_github_tool_checks_a53b0382,doctor_tool_checks_4acac51a,next_blocked_decisions_4140ad2b,policy_gate_213f7313,remediate_cli_output_cc165396,node_agent_mmd_orchestration_layer_orchestration_reme_359fe98f,node_agent_mmd_llm_model_layer_llmlayer_remediate_run_9e3d4585,node_agent_mmd_tool_layer_toollayer_remediate_runner__c003b871,node_agent_mmd_tool_layer_toollayer_review_gate_core__7704598b,node_agent_mmd_memory_vector_layer_memorylayer_review_5bee9816,node_agent_mmd_orchestration_layer_orchestration_chec_0550c395,node_agent_mmd_tool_layer_toollayer_checker_checker_2_453d593b,node_agent_mmd_memory_vector_layer_memorylayer_checke_a583eb4f,cli_args_1_6144b055,node_agent_mmd_orchestration_layer_orchestration_comm_6e41a7f7,node_agent_mmd_tool_layer_toollayer_command_capabilit_7fe13db1,node_agent_mmd_tool_layer_toollayer_command_capabilit_e97a4615,node_agent_mmd_memory_vector_layer_memorylayer_comman_c72a5d05,linear_command_actions_e430f4f4,node_agent_mmd_orchestration_layer_orchestration_line_b67affd5,node_agent_mmd_tool_layer_toollayer_linear_command_ru_d6763748,node_agent_mmd_orchestration_layer_orchestration_poli_3270b55d,node_agent_mmd_tool_layer_toollayer_policy_validators_af136abf,node_agent_mmd_memory_vector_layer_memorylayer_policy_1944de42,node_agent_mmd_orchestration_layer_orchestration_type_7cf81261,node_agent_mmd_tool_layer_toollayer_types_core_types__6c8319b6,node_agent_mmd_memory_vector_layer_memorylayer_types__83f369fa,node_agent_mmd_orchestration_layer_orchestration_vali_d9fe99e6,node_agent_mmd_tool_layer_toollayer_validator_core_va_6ef6131f,node_agent_mmd_memory_vector_layer_memorylayer_valida_41034356,validator_helpers_7b927667,node_agent_mmd_orchestration_layer_orchestration_he_p_fc778c24,node_agent_mmd_tool_layer_toollayer_he_phase_exit_cor_af016160,ralph_runtime_73d63c0e,observed_skill_usage_ed7d5930,closure_evidence_aaa31467,pr_creator_dc6b1ea4,client_948fe603,init_output_360dce91,scaffold_ci_templates_2afd6392,scaffold_codex_environment_templates_334fbbed,scaffold_config_templates_4b80ce53,node_agent_mmd_orchestration_layer_orchestration_scaf_c9a90c2f,node_agent_mmd_tool_layer_toollayer_scaffold_environm_c1afc013,node_agent_mmd_memory_vector_layer_memorylayer_scaffo_12b42341,scaffold_github_actions_pr_pipeline_renderer_1ee18de5,scaffold_github_actions_pr_pipeline_template_e2b85f62,scaffold_release_private_npm_template_075499f8,node_agent_mmd_tool_layer_toollayer_cli_cli_2_1_32d9eeaf,node_agent_mmd_memory_vector_layer_memorylayer_cli_cl_1f1f89ab,node_agent_mmd_tool_layer_toollayer_metrics_tracker_m_4c9237d8,node_agent_mmd_memory_vector_layer_memorylayer_metric_12562178,normalise_renderer_85f2e563,evaluation_engine_core_e054fe49,node_agent_mmd_orchestration_layer_orchestration_tool_cc43149f,node_agent_mmd_tool_layer_toollayer_tooling_baseline__61e66e9f,node_agent_mmd_memory_vector_layer_memorylayer_toolin_14f86b00,types_32_bfe791ff toolNode
  classDef memNode fill:#555,color:#fff
  class node_agent_mmd_llm_model_layer_llmlayer_check_steerin_a7dbbd2f,node_agent_mmd_tool_layer_toollayer_check_steering_fe_84ed22c2,node_agent_mmd_memory_vector_layer_memorylayer_check__d71f8993,normalize_workflow_contracts_8701f1c8,sync_codex_preflight_7e7a8dc2,test_harness_upgrade_matrix_84113c4e,validate_workflow_contracts_33dc063c,branch_protect_core_a8feb0fd,node_agent_mmd_tool_layer_toollayer_ci_migrate_core_c_049f8460,node_agent_mmd_memory_vector_layer_memorylayer_ci_mig_0cd5b1a4,context_health_80bb7da9,node_agent_mmd_llm_model_layer_llmlayer_context_conte_ad2dfbd9,node_agent_mmd_memory_vector_layer_memorylayer_contex_78ceaaa9,docs_gate_core_eb9b6c18,node_agent_mmd_llm_model_layer_llmlayer_index_context_1041bd11,node_agent_mmd_memory_vector_layer_memorylayer_index__6f3402d0,local_memory_preflight_dcc36c42,memory_gate_a577a506,pattern_scope_siblings_43abe000,review_context_ca6cf81d,node_agent_mmd_tool_layer_toollayer_review_gate_core__7704598b,node_agent_mmd_memory_vector_layer_memorylayer_review_5bee9816,node_agent_mmd_llm_model_layer_llmlayer_search_search_66b9a911,node_agent_mmd_memory_vector_layer_memorylayer_search_ac35cb7e,session_context_e5ec72c0,node_agent_mmd_orchestration_layer_orchestration_tool_acfe0c01,node_agent_mmd_memory_vector_layer_memorylayer_toolin_a1185b8f,run_local_memory_preflight_36e92808,node_agent_mmd_orchestration_layer_orchestration_chec_0550c395,node_agent_mmd_tool_layer_toollayer_checker_checker_2_453d593b,node_agent_mmd_memory_vector_layer_memorylayer_checke_a583eb4f,node_agent_mmd_orchestration_layer_orchestration_cont_61b3b9c9,node_agent_mmd_memory_vector_layer_memorylayer_contex_fe0865d6,node_agent_mmd_orchestration_layer_orchestration_type_4f906dcc,node_agent_mmd_memory_vector_layer_memorylayer_types__9ad640a0,branch_protect_sync_570adb18,node_agent_mmd_tool_layer_toollayer_command_capabilit_e97a4615,node_agent_mmd_memory_vector_layer_memorylayer_comman_c72a5d05,node_agent_mmd_orchestration_layer_orchestration_comm_1f8cc24c,node_agent_mmd_llm_model_layer_llmlayer_command_specs_782af9fa,node_agent_mmd_memory_vector_layer_memorylayer_comman_111eb454,local_memory_preflight_command_spec_9e23f3ce,memory_gate_command_spec_dc9001a9,review_gate_command_spec_3187376a,session_context_command_spec_973afbb1,node_agent_mmd_llm_model_layer_llmlayer_constants_con_c9bd3f6c,node_agent_mmd_memory_vector_layer_memorylayer_consta_702d3f46,context_compact_policy_3dcaf95d,node_agent_mmd_llm_model_layer_llmlayer_index_index_1_02e160ff,node_agent_mmd_memory_vector_layer_memorylayer_index__752bc61e,node_agent_mmd_llm_model_layer_llmlayer_indexer_index_4f4deef5,node_agent_mmd_memory_vector_layer_memorylayer_indexe_93e6d86f,init_error_5c7dd49f,lexical_fallback_723e2b3e,node_agent_mmd_llm_model_layer_llmlayer_ollama_ollama_968b23fa,node_agent_mmd_memory_vector_layer_memorylayer_ollama_6d51be16,rollout_a4fa034c,sources_878a52fc,store_824d80d7,node_agent_mmd_llm_model_layer_llmlayer_sync_contract_9f3cc8c1,node_agent_mmd_memory_vector_layer_memorylayer_sync_c_e43418bc,types_5_f869ec4b,harness_run_context_ac7c77a9,index_1_faebc14e,json_schema_core_96d7e328,node_agent_mmd_orchestration_layer_orchestration_poli_3270b55d,node_agent_mmd_tool_layer_toollayer_policy_validators_af136abf,node_agent_mmd_memory_vector_layer_memorylayer_policy_1944de42,node_agent_mmd_orchestration_layer_orchestration_type_7cf81261,node_agent_mmd_tool_layer_toollayer_types_core_types__6c8319b6,node_agent_mmd_memory_vector_layer_memorylayer_types__83f369fa,node_agent_mmd_orchestration_layer_orchestration_vali_d9fe99e6,node_agent_mmd_tool_layer_toollayer_validator_core_va_6ef6131f,node_agent_mmd_memory_vector_layer_memorylayer_valida_41034356,node_agent_mmd_orchestration_layer_orchestration_init_2a9c3ecb,node_agent_mmd_memory_vector_layer_memorylayer_init_m_333d02c5,node_agent_mmd_orchestration_layer_orchestration_proj_6ab6f60f,node_agent_mmd_memory_vector_layer_memorylayer_projec_3ae304d9,scaffold_diagram_templates_dd88e83c,node_agent_mmd_orchestration_layer_orchestration_scaf_12cc07db,node_agent_mmd_memory_vector_layer_memorylayer_scaffo_5fd73b94,node_agent_mmd_orchestration_layer_orchestration_scaf_c9a90c2f,node_agent_mmd_tool_layer_toollayer_scaffold_environm_c1afc013,node_agent_mmd_memory_vector_layer_memorylayer_scaffo_12b42341,scaffold_root_command_templates_404fed7f,scaffold_script_template_registry_69312d4e,scaffold_shell_templates_0ad0f915,scaffold_surfaces_12d6494e,node_agent_mmd_orchestration_layer_orchestration_scaf_ff8f92f6,node_agent_mmd_memory_vector_layer_memorylayer_scaffo_a86eece1,scaffold_workflow_template_92310587,eval_seed_5699fd3e,index_6_fc9e91e2,review_context_1_e3afed15,memory_gate_1_265164ac,branch_enforcer_acb749cd,cli_args_5_09ea29f0,node_agent_mmd_tool_layer_toollayer_cli_cli_2_1_32d9eeaf,node_agent_mmd_memory_vector_layer_memorylayer_cli_cl_1f1f89ab,node_agent_mmd_tool_layer_toollayer_metrics_tracker_m_4c9237d8,node_agent_mmd_memory_vector_layer_memorylayer_metric_12562178,types_15_86775c96,validator_4_5180cf23,node_agent_mmd_orchestration_layer_orchestration_clas_899b821a,node_agent_mmd_memory_vector_layer_memorylayer_classi_1ebbf5ff,node_agent_mmd_orchestration_layer_orchestration_tool_cc43149f,node_agent_mmd_tool_layer_toollayer_tooling_baseline__61e66e9f,node_agent_mmd_memory_vector_layer_memorylayer_toolin_14f86b00,claim_helpers_20dc8387,types_20_071a0112,local_memory_smoke_1175abfc,local_memory_0db17ecc,performance_overload_c685bfcf,node_agent_mmd_orchestration_layer_orchestration_sugg_85c5ebe3,node_agent_mmd_memory_vector_layer_memorylayer_sugges_267f408d,types_27_4d134744,policy_1_fc4198db,runtime_card_codex_runtime_validation_d8ce9934,cli_11_338a8415,collector_0736fd5b,types_30_424b976c,overload_guard_2748c559 memNode
